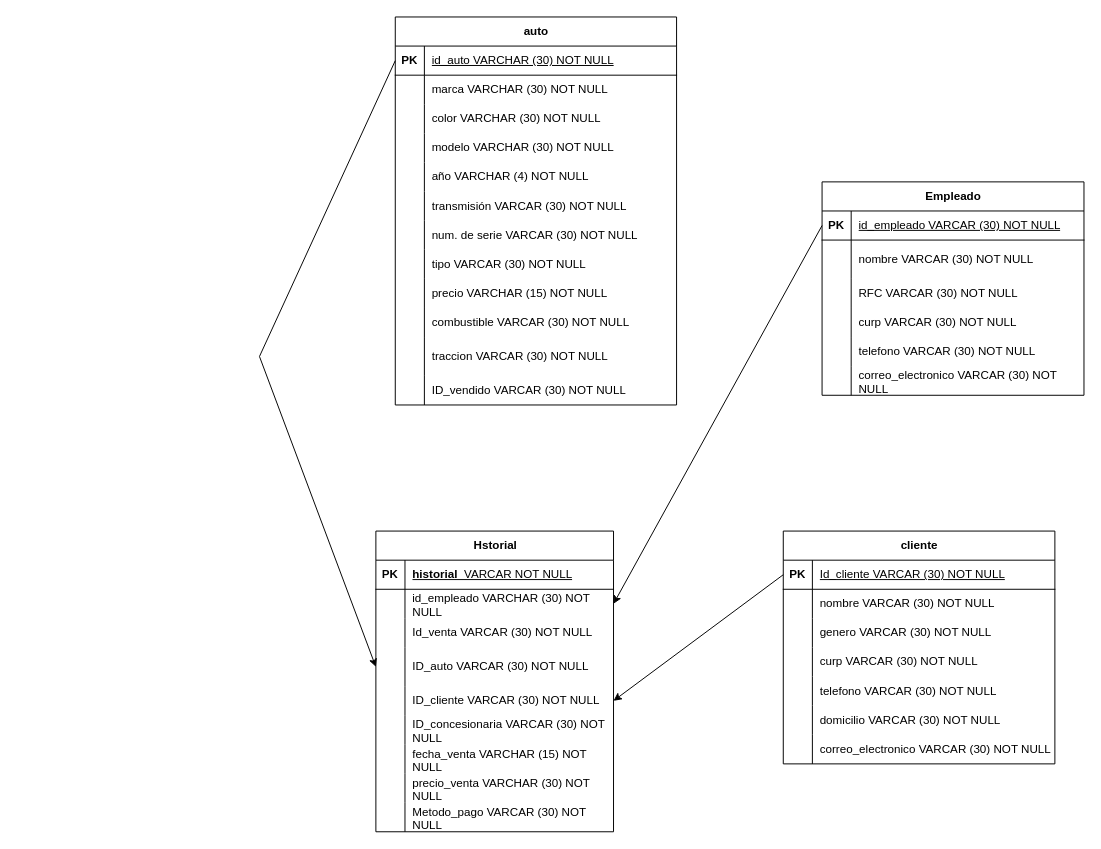
Before: page "Página-2" (2 of 2) of diagrama/consencionaria.drawio in GerardoNR/fbd-gerardo-reyes, a draw.io diagram. Source tidied: cells renumbered, new cells numbered last; positions are measured from the earlier drawing's top-left corner, leaving out a move shared by most shapes. Both pictures are drawn from the tidied source at 97%, with x=0, y=0 at pixel (259, 16).
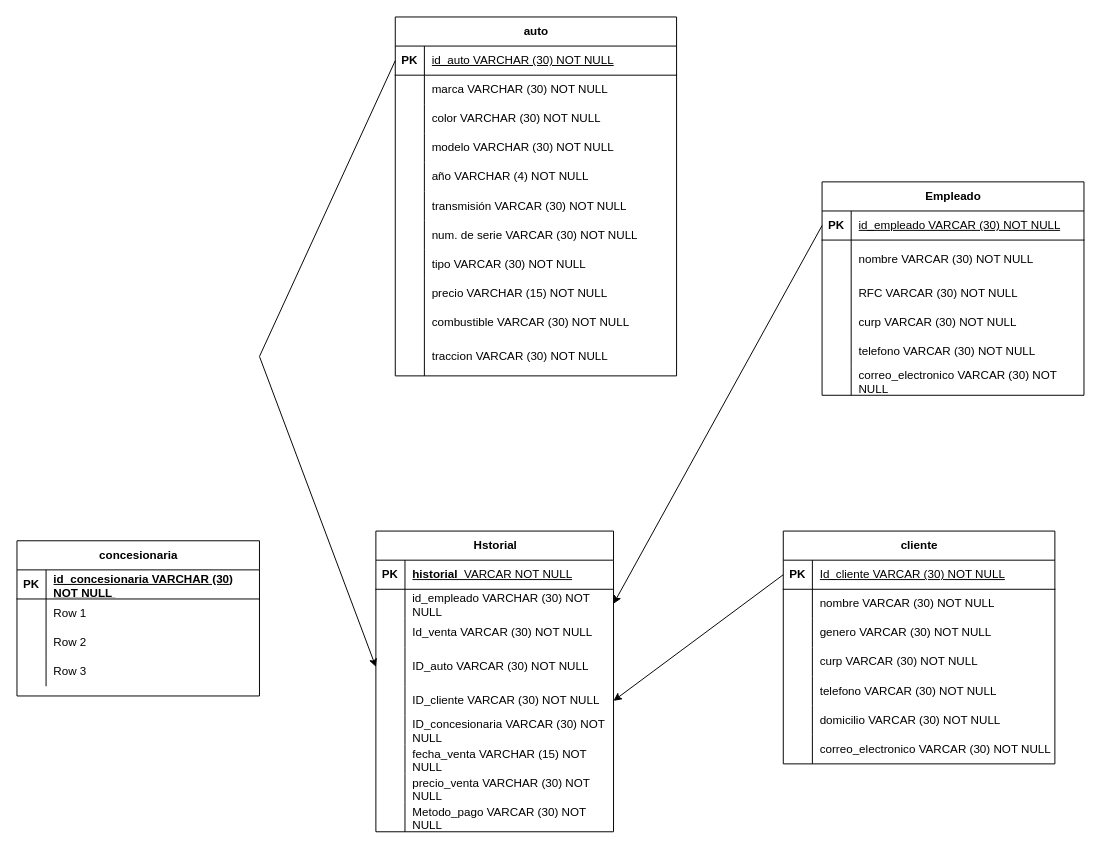
The same diagram, later.

Change to the diagram source:
```diff
@@
     <mxCell id="21" value="auto" style="shape=table;startSize=30;childLayout=tableLayout;rowLines=0;fontStyle=1;align=center;html=1;" parent="1" vertex="1">
-      <mxGeometry x="140" width="290" height="400" as="geometry" />
+      <mxGeometry x="140" width="290" height="370" as="geometry" />
     </mxCell>
@@
-    <mxCell id="55" style="shape=tableRow;horizontal=0;startSize=0;swimlaneHead=0;swimlaneBody=0;fillColor=none;top=0;left=0;right=0;bottom=0;" parent="21" vertex="1">
-      <mxGeometry y="370" width="290" height="30" as="geometry" />
-    </mxCell>
-    <mxCell id="56" style="shape=partialRectangle;fillColor=none;top=0;left=0;bottom=0;right=0;overflow=hidden;whiteSpace=wrap;html=1;" parent="55" vertex="1">
-      <mxGeometry width="30" height="30" as="geometry" />
-    </mxCell>
-    <mxCell id="57" value="ID_vendido VARCAR (30) NOT NULL" style="shape=partialRectangle;fillColor=none;top=0;left=0;bottom=0;right=0;align=left;spacingLeft=6;overflow=hidden;whiteSpace=wrap;html=1;" parent="55" vertex="1">
-      <mxGeometry x="30" width="260" height="30" as="geometry" />
-    </mxCell>
@@
+    <mxCell id="111" value="concesionaria" style="shape=table;startSize=30;childLayout=tableLayout;rowLines=0;fontStyle=1;align=center;html=1;" parent="1" vertex="1">
+      <mxGeometry x="-250" y="540" width="250" height="160" as="geometry" />
+    </mxCell>
+    <mxCell id="112" style="shape=tableRow;horizontal=0;startSize=0;swimlaneHead=0;swimlaneBody=0;fillColor=none;top=0;left=0;right=0;bottom=1;" parent="111" vertex="1">
+      <mxGeometry y="30" width="250" height="30" as="geometry" />
+    </mxCell>
+    <mxCell id="113" value="PK" style="shape=partialRectangle;fillColor=none;top=0;left=0;bottom=0;right=0;fontStyle=1;overflow=hidden;whiteSpace=wrap;html=1;" parent="112" vertex="1">
+      <mxGeometry width="30" height="30" as="geometry" />
+    </mxCell>
+    <mxCell id="114" value="id_concesionaria VARCHAR (30) NOT NULL&amp;nbsp;" style="shape=partialRectangle;fillColor=none;top=0;left=0;bottom=0;right=0;align=left;spacingLeft=6;fontStyle=5;overflow=hidden;whiteSpace=wrap;html=1;" parent="112" vertex="1">
+      <mxGeometry x="30" width="220" height="30" as="geometry" />
+    </mxCell>
+    <mxCell id="115" style="shape=tableRow;horizontal=0;startSize=0;swimlaneHead=0;swimlaneBody=0;fillColor=none;top=0;left=0;right=0;bottom=0;" parent="111" vertex="1">
+      <mxGeometry y="60" width="250" height="30" as="geometry" />
+    </mxCell>
+    <mxCell id="116" style="shape=partialRectangle;fillColor=none;top=0;left=0;bottom=0;right=0;overflow=hidden;whiteSpace=wrap;html=1;" parent="115" vertex="1">
+      <mxGeometry width="30" height="30" as="geometry" />
+    </mxCell>
+    <mxCell id="117" value="Row 1" style="shape=partialRectangle;fillColor=none;top=0;left=0;bottom=0;right=0;align=left;spacingLeft=6;overflow=hidden;whiteSpace=wrap;html=1;" parent="115" vertex="1">
+      <mxGeometry x="30" width="220" height="30" as="geometry" />
+    </mxCell>
+    <mxCell id="118" style="shape=tableRow;horizontal=0;startSize=0;swimlaneHead=0;swimlaneBody=0;fillColor=none;top=0;left=0;right=0;bottom=0;" parent="111" vertex="1">
+      <mxGeometry y="90" width="250" height="30" as="geometry" />
+    </mxCell>
+    <mxCell id="119" style="shape=partialRectangle;fillColor=none;top=0;left=0;bottom=0;right=0;overflow=hidden;whiteSpace=wrap;html=1;" parent="118" vertex="1">
+      <mxGeometry width="30" height="30" as="geometry" />
+    </mxCell>
+    <mxCell id="120" value="Row 2" style="shape=partialRectangle;fillColor=none;top=0;left=0;bottom=0;right=0;align=left;spacingLeft=6;overflow=hidden;whiteSpace=wrap;html=1;" parent="118" vertex="1">
+      <mxGeometry x="30" width="220" height="30" as="geometry" />
+    </mxCell>
+    <mxCell id="121" style="shape=tableRow;horizontal=0;startSize=0;swimlaneHead=0;swimlaneBody=0;fillColor=none;top=0;left=0;right=0;bottom=0;" parent="111" vertex="1">
+      <mxGeometry y="120" width="250" height="30" as="geometry" />
+    </mxCell>
+    <mxCell id="122" style="shape=partialRectangle;fillColor=none;top=0;left=0;bottom=0;right=0;overflow=hidden;whiteSpace=wrap;html=1;" parent="121" vertex="1">
+      <mxGeometry width="30" height="30" as="geometry" />
+    </mxCell>
+    <mxCell id="123" value="Row 3" style="shape=partialRectangle;fillColor=none;top=0;left=0;bottom=0;right=0;align=left;spacingLeft=6;overflow=hidden;whiteSpace=wrap;html=1;" parent="121" vertex="1">
+      <mxGeometry x="30" width="220" height="30" as="geometry" />
+    </mxCell>
```
